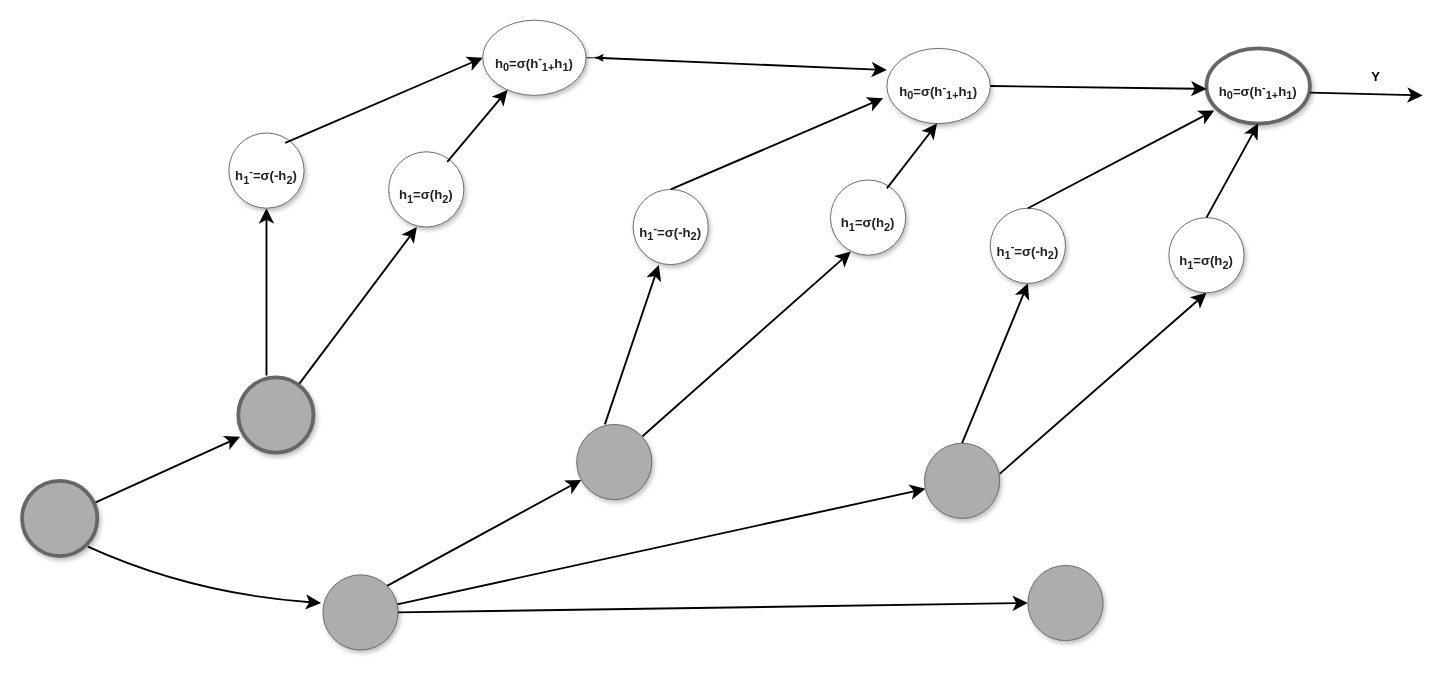
Above: DL-HW1/tex/Untitled Diagram.drawio in tGhattas/DL (draw.io), before the change. Source tidied: cells renumbered, new cells numbered last; positions are measured from the earlier drawing's top-left corner, leaving out a move shared by most shapes. Both pictures are drawn from the tidied source at 94%, with x=0, y=0 at pixel (22, 20).
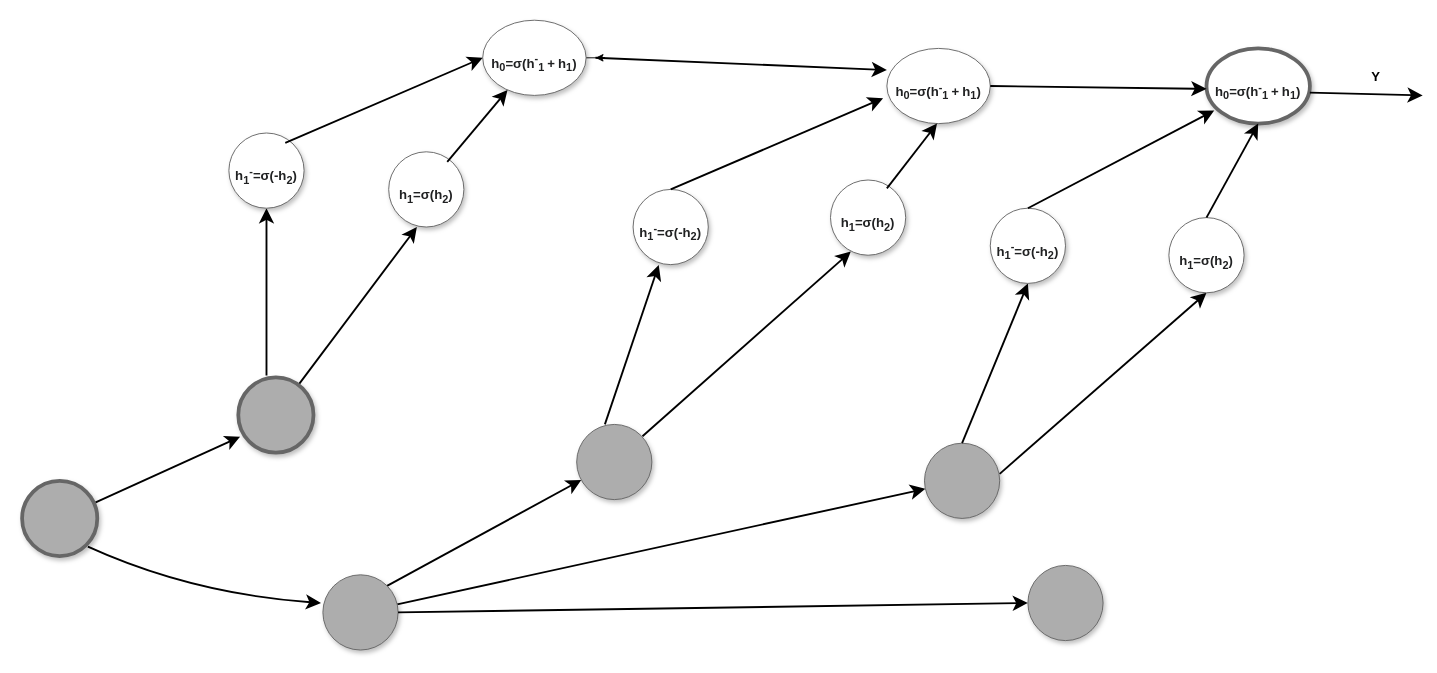
After the change.

What changed in the source:
```diff
@@
-    <mxCell id="11" value="&lt;b style=&quot;color: rgb(32 , 33 , 34) ; font-family: sans-serif ; background-color: rgb(255 , 255 , 255) ; font-size: 14px&quot;&gt;h&lt;sub&gt;0&lt;/sub&gt;=σ(h&lt;sup&gt;-&lt;/sup&gt;&lt;sub&gt;1+&lt;/sub&gt;h&lt;sub&gt;1&lt;/sub&gt;)&lt;/b&gt;" style="ellipse;whiteSpace=wrap;html=1;rounded=0;shadow=1;strokeColor=#666666;strokeWidth=1;fontSize=30;align=center;fillColor=#FFFFFF;" parent="1" vertex="1">
+    <mxCell id="11" value="&lt;b style=&quot;color: rgb(32 , 33 , 34) ; font-family: sans-serif ; background-color: rgb(255 , 255 , 255) ; font-size: 14px&quot;&gt;h&lt;sub&gt;0&lt;/sub&gt;=σ(h&lt;sup&gt;-&lt;/sup&gt;&lt;sub&gt;1 &lt;/sub&gt;+&lt;sub&gt;&amp;nbsp;&lt;/sub&gt;h&lt;sub&gt;1&lt;/sub&gt;)&lt;/b&gt;" style="ellipse;whiteSpace=wrap;html=1;rounded=0;shadow=1;strokeColor=#666666;strokeWidth=1;fontSize=30;align=center;fillColor=#FFFFFF;" parent="1" vertex="1">
       <mxGeometry x="490" width="110" height="80" as="geometry" />
     </mxCell>
@@
-    <mxCell id="13" value="&lt;b style=&quot;color: rgb(32 , 33 , 34) ; font-family: sans-serif ; background-color: rgb(255 , 255 , 255) ; font-size: 14px&quot;&gt;h&lt;sub&gt;0&lt;/sub&gt;=σ(h&lt;sup&gt;-&lt;/sup&gt;&lt;sub&gt;1+&lt;/sub&gt;h&lt;sub&gt;1&lt;/sub&gt;)&lt;/b&gt;" style="ellipse;whiteSpace=wrap;html=1;rounded=0;shadow=1;strokeColor=#666666;strokeWidth=1;fontSize=30;align=center;fillColor=#FFFFFF;" parent="1" vertex="1">
+    <mxCell id="13" value="&lt;b style=&quot;color: rgb(32 , 33 , 34) ; font-family: sans-serif ; background-color: rgb(255 , 255 , 255) ; font-size: 14px&quot;&gt;h&lt;sub&gt;0&lt;/sub&gt;=σ(h&lt;sup&gt;-&lt;/sup&gt;&lt;sub&gt;1&amp;nbsp;&lt;/sub&gt;+&lt;sub&gt;&amp;nbsp;&lt;/sub&gt;h&lt;sub&gt;1&lt;/sub&gt;)&lt;/b&gt;" style="ellipse;whiteSpace=wrap;html=1;rounded=0;shadow=1;strokeColor=#666666;strokeWidth=1;fontSize=30;align=center;fillColor=#FFFFFF;" parent="1" vertex="1">
       <mxGeometry x="920" y="30" width="110" height="80" as="geometry" />
     </mxCell>
-    <mxCell id="14" value="&lt;b style=&quot;color: rgb(32 , 33 , 34) ; font-family: sans-serif ; background-color: rgb(255 , 255 , 255) ; font-size: 14px&quot;&gt;h&lt;sub&gt;0&lt;/sub&gt;=σ(h&lt;sup&gt;-&lt;/sup&gt;&lt;sub&gt;1+&lt;/sub&gt;h&lt;sub&gt;1&lt;/sub&gt;)&lt;/b&gt;" style="ellipse;whiteSpace=wrap;html=1;rounded=0;shadow=1;strokeColor=#666666;strokeWidth=4;fontSize=30;align=center;fillColor=#FFFFFF;" parent="1" vertex="1">
+    <mxCell id="14" value="&lt;b style=&quot;color: rgb(32 , 33 , 34) ; font-family: sans-serif ; background-color: rgb(255 , 255 , 255) ; font-size: 14px&quot;&gt;h&lt;sub&gt;0&lt;/sub&gt;=σ(h&lt;sup&gt;-&lt;/sup&gt;&lt;sub&gt;1&amp;nbsp;&lt;/sub&gt;+&lt;sub&gt;&amp;nbsp;&lt;/sub&gt;h&lt;sub&gt;1&lt;/sub&gt;)&lt;/b&gt;" style="ellipse;whiteSpace=wrap;html=1;rounded=0;shadow=1;strokeColor=#666666;strokeWidth=4;fontSize=30;align=center;fillColor=#FFFFFF;" parent="1" vertex="1">
       <mxGeometry x="1260" y="30" width="110" height="80" as="geometry" />
     </mxCell>
```
